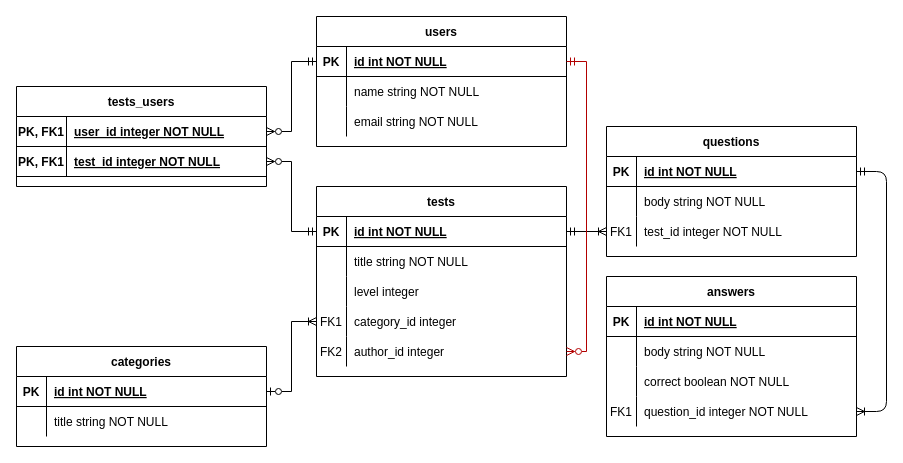
Alyona-GS/Test_Guru keeps this draw.io diagram as Test_Guru.drawio. Above is the earlier version. Source tidied: cells renumbered, new cells numbered last; positions are measured from the earlier drawing's top-left corner, leaving out a move shared by most shapes. Both pictures are drawn from the tidied source at 100%, with x=0, y=0 at pixel (16, 16).
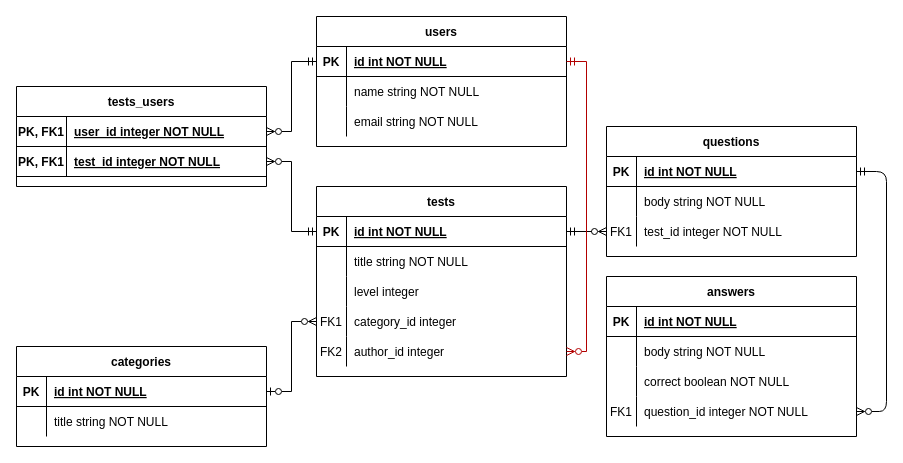
Above is the later version.

Unchanged cells that the change refers to:
```xml
<mxCell id="5" style="shape=partialRectangle;fillColor=none;points=[[0,0.5],[1,0.5]];portConstraint=eastwest;top=0;left=0;right=0;bottom=1;" parent="4" vertex="1">
  <mxGeometry y="30" width="250" height="30" as="geometry" />
</mxCell>
<mxCell id="12" style="shape=partialRectangle;fillColor=none;points=[[0,0.5],[1,0.5]];portConstraint=eastwest;top=0;left=0;right=0;bottom=1;" parent="11" vertex="1">
  <mxGeometry y="30" width="250" height="30" as="geometry" />
</mxCell>
<mxCell id="18" style="shape=partialRectangle;fillColor=none;points=[[0,0.5],[1,0.5]];portConstraint=eastwest;top=0;left=0;right=0;bottom=0;" parent="11" vertex="1">
  <mxGeometry y="90" width="250" height="30" as="geometry" />
</mxCell>
<mxCell id="31" style="shape=partialRectangle;fillColor=none;points=[[0,0.5],[1,0.5]];portConstraint=eastwest;top=0;left=0;right=0;bottom=0;" parent="21" vertex="1">
  <mxGeometry y="120" width="250" height="30" as="geometry" />
</mxCell>
<mxCell id="35" style="shape=partialRectangle;fillColor=none;points=[[0,0.5],[1,0.5]];portConstraint=eastwest;top=0;left=0;right=0;bottom=1;" parent="34" vertex="1">
  <mxGeometry y="30" width="250" height="30" as="geometry" />
</mxCell>
<mxCell id="44" style="shape=partialRectangle;fillColor=none;points=[[0,0.5],[1,0.5]];portConstraint=eastwest;top=0;left=0;right=0;bottom=0;" parent="34" vertex="1">
  <mxGeometry y="120" width="250" height="30" as="geometry" />
</mxCell>
```

What changed in the source:
```diff
@@
-    <mxCell id="2" style="edgeStyle=entityRelationEdgeStyle;endArrow=ERmandOne;startArrow=ERoneToMany;endFill=0;startFill=0;exitX=1;exitY=0.5;exitDx=0;exitDy=0;entryX=1;entryY=0.5;entryDx=0;entryDy=0;" parent="1" edge="1" source="31" target="12">
+    <mxCell id="2" style="edgeStyle=entityRelationEdgeStyle;endArrow=ERmandOne;startArrow=ERzeroToMany;endFill=0;startFill=0;exitX=1;exitY=0.5;exitDx=0;exitDy=0;entryX=1;entryY=0.5;entryDx=0;entryDy=0;" parent="1" edge="1" source="31" target="12">
       <mxGeometry relative="1" as="geometry" />
     </mxCell>
-    <mxCell id="3" style="edgeStyle=entityRelationEdgeStyle;endArrow=ERoneToMany;startArrow=ERmandOne;endFill=0;startFill=0;entryX=0;entryY=0.5;entryDx=0;entryDy=0;entryPerimeter=0;" parent="1" edge="1" source="35" target="18">
+    <mxCell id="3" style="edgeStyle=entityRelationEdgeStyle;endArrow=ERzeroToMany;startArrow=ERmandOne;endFill=0;startFill=0;entryX=0;entryY=0.5;entryDx=0;entryDy=0;entryPerimeter=0;" parent="1" edge="1" source="35" target="18">
       <mxGeometry relative="1" as="geometry" />
     </mxCell>
@@
-    <mxCell id="67" style="edgeStyle=orthogonalEdgeStyle;rounded=0;jettySize=auto;html=1;exitX=1;exitY=0.5;exitDx=0;exitDy=0;entryX=0;entryY=0.5;entryDx=0;entryDy=0;endArrow=ERoneToMany;endFill=0;startArrow=ERzeroToOne;startFill=0;" parent="1" edge="1" source="5" target="44">
+    <mxCell id="67" style="edgeStyle=orthogonalEdgeStyle;rounded=0;jettySize=auto;html=1;exitX=1;exitY=0.5;exitDx=0;exitDy=0;entryX=0;entryY=0.5;entryDx=0;entryDy=0;endArrow=ERzeroToMany;endFill=0;startArrow=ERzeroToOne;startFill=0;" parent="1" edge="1" source="5" target="44">
       <mxGeometry relative="1" as="geometry" />
     </mxCell>
```
